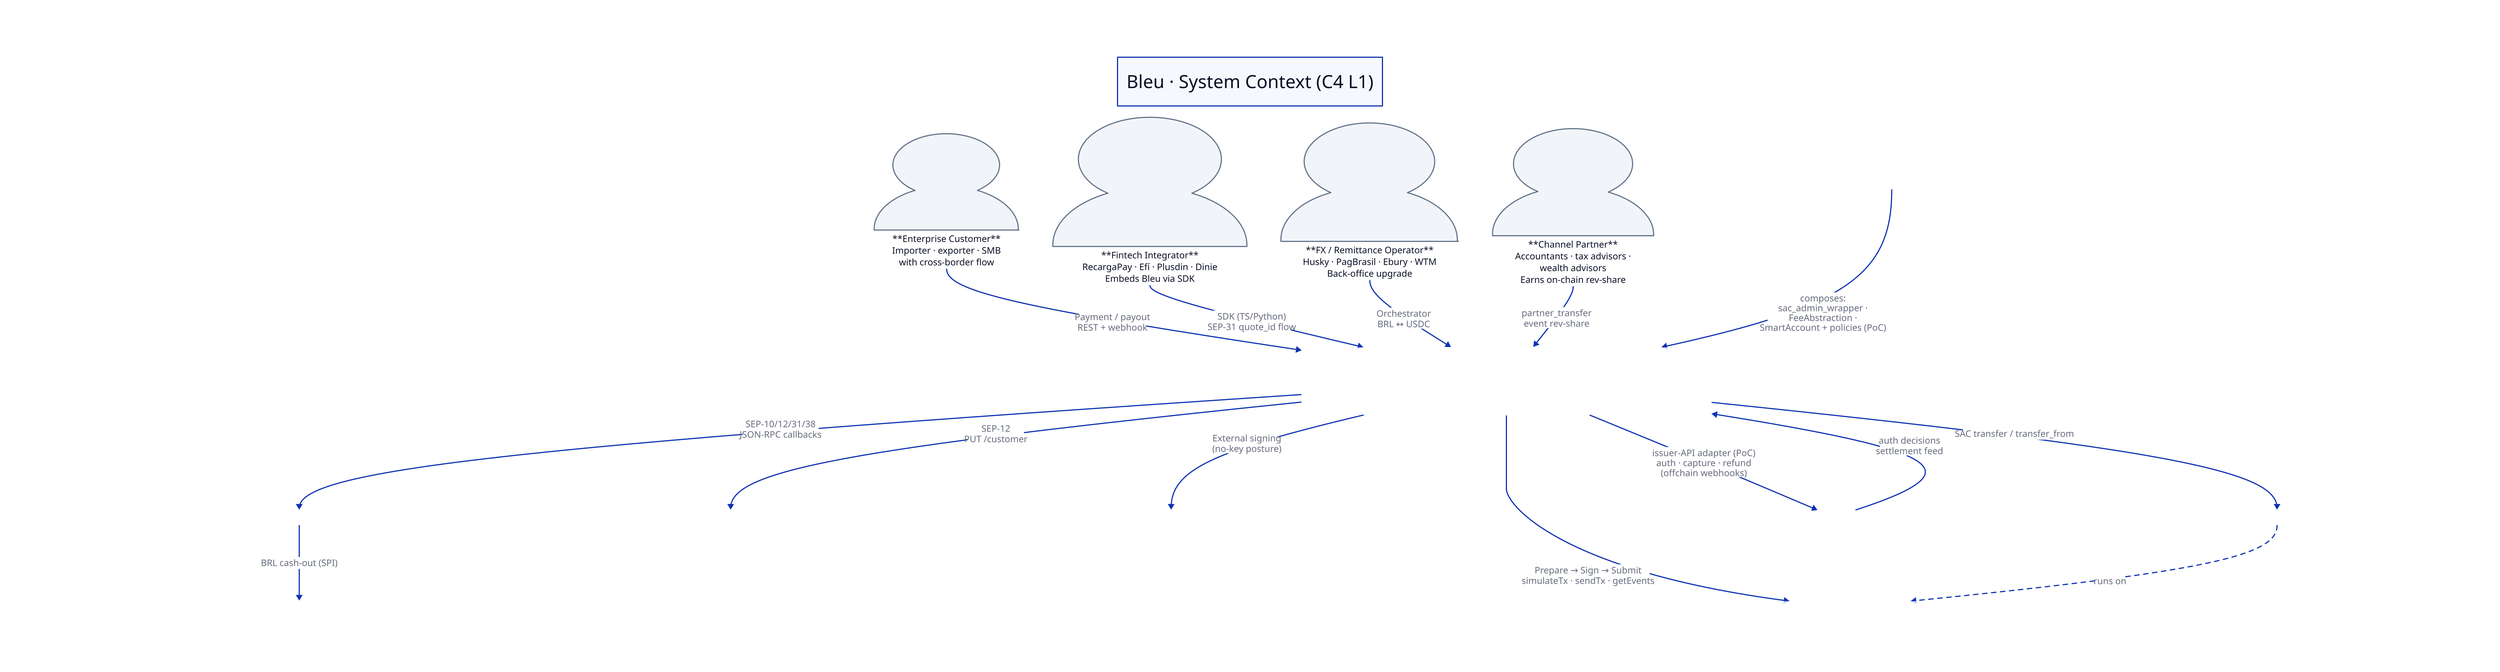
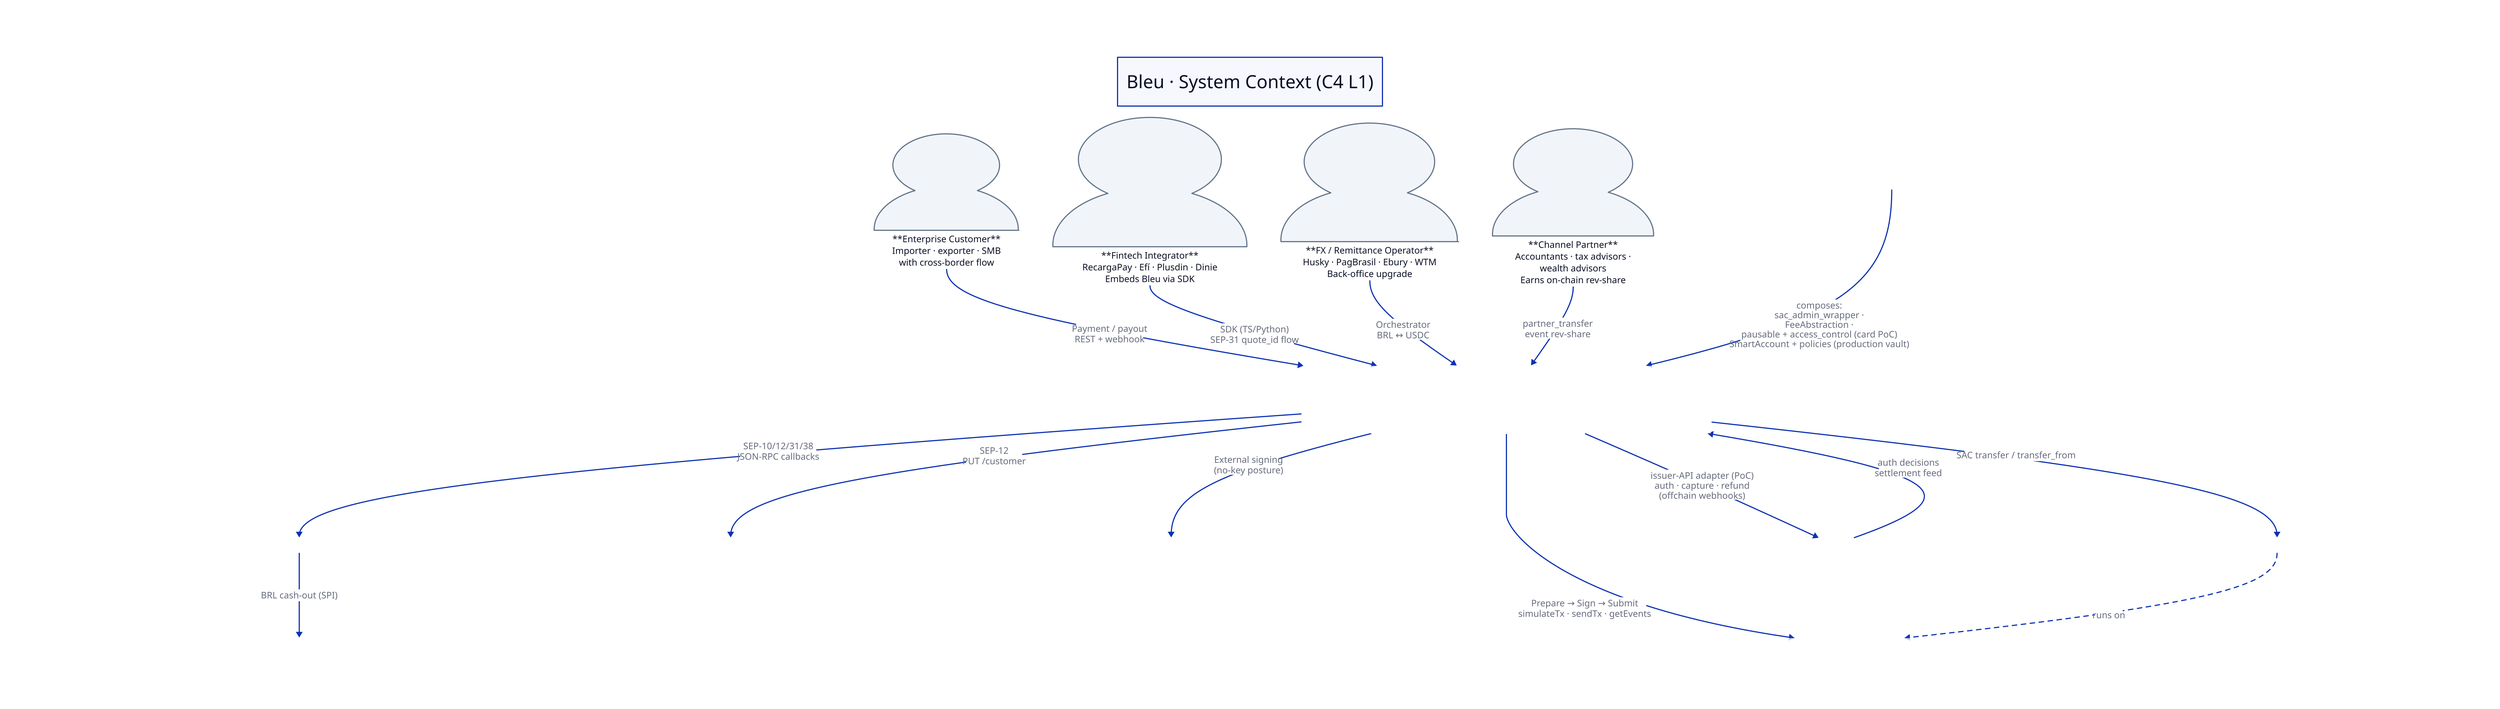
vars: {
  d2-config: {
    layout-engine: elk
  }
}

title: Bleu · System Context (C4 L1) {
  near: top-center
  style.font-size: 32
  style.bold: true
}

classes: {
  actor: {
    shape: person
    style.fill: "#f1f5f9"
    style.stroke: "#64748b"
  }
  bleu: {
    style.fill: "#2563eb"
    style.font-color: white
    style.stroke: "#1e40af"
    style.border-radius: 12
    style.bold: true
    style.shadow: true
  }
  external: {
    style.fill: "#e2e8f0"
    style.stroke: "#64748b"
  }
  chain: {
    style.fill: "#dcfce7"
    style.stroke: "#15803d"
  }
  build-dep: {
    style.fill: "#fef3c7"
    style.stroke: "#ca8a04"
  }
}

# -- Actors --
enterprise: |md
  **Enterprise Customer**
  Importer · exporter · SMB
  with cross-border flow
| {class: actor}

fintech: |md
  **Fintech Integrator**
  RecargaPay · Efí · Plusdin · Dinie
  Embeds Bleu via SDK
| {class: actor}

fxop: |md
  **FX / Remittance Operator**
  Husky · PagBrasil · Ebury · WTM
  Back-office upgrade
| {class: actor}

channel: |md
  **Channel Partner**
  Accountants · tax advisors ·
  wealth advisors
  Earns on-chain rev-share
| {class: actor}

# -- Bleu Platform --
bleu: |md
  ## Bleu Platform
  **BR/PIX Corridor on Stellar**

  BR-configured Anchor Platform +
  2 Soroban primitives
  (+ card-collateral PoC on testnet).
  MIT · open source.
| {class: bleu}

# -- Anchor ecosystem --
anchor: |md
  **BR Stellar Anchor**
  BACEN FX-licensed (10-candidate pool)
  offshore Stellar anchor = fallback
  SEP-10 · SEP-12 · SEP-31 · SEP-38
| {class: external}

pix: |md
  **PIX**
  BCB SPI (via anchor)
| {class: external}

# -- BYO adapters --
kyc: |md
  **BYO KYC / KYB**
  Idwall · Unico · Truora ·
  Onfido · Sumsub
  (SEP-12 pass-through)
| {class: external}

wallet: |md
  **BYO Wallet / Custody**
  Freighter · LOBSTR · Vibrant
  Fireblocks · BitGo · Anchorage
  Dynamic · Privy · Turnkey
  (Bleu holds no keys)
| {class: external}

# -- Chain --
stellar: |md
  **Stellar Network (Mainnet)**
  Soroban RPC + Horizon
  SCP ~5s finality
| {class: chain}

usdc: |md
  **USDC SAC**
  Circle-issued, native
  AUTH_CLAWBACK_ENABLED
  CAP-46-06 deterministic ID
| {class: chain}

# -- Card network (testnet PoC, hybrid architecture) --
card_net: |md
  **Card Network / Issuer / Processor**
  Visa · Mastercard
  BIN sponsor · EMI
  (Monavate-pattern · offchain)
  *(card-collateral PoC only)*
| {class: external}

# -- Build dependency --
oz: |md
  **OpenZeppelin Stellar Contracts**
  stellar-contracts =0.7.1 · MIT
  audited · SDF collaboration
  *(build-time dep)*
| {class: build-dep}

# -- User flows --
enterprise -> bleu: "Payment / payout\nREST + webhook"
fintech -> bleu: "SDK (TS/Python)\nSEP-31 quote_id flow"
fxop -> bleu: "Orchestrator\nBRL ↔ USDC"
channel -> bleu: "partner_transfer\nevent rev-share"

# -- Platform → anchor + off-chain --
bleu -> anchor: "SEP-10/12/31/38\nJSON-RPC callbacks"
bleu -> kyc: "SEP-12\nPUT /customer"
bleu -> wallet: "External signing\n(no-key posture)"
anchor -> pix: "BRL cash-out (SPI)"

# -- Platform → chain --
bleu -> stellar: "Prepare → Sign → Submit\nsimulateTx · sendTx · getEvents"
bleu -> usdc: "SAC transfer / transfer_from"
usdc -> stellar: "runs on" {style.stroke-dash: 4}

# -- Hybrid card architecture (testnet PoC) --
bleu -> card_net: "issuer-API adapter (PoC)\nauth · capture · refund\n(offchain webhooks)"
card_net -> bleu: "auth decisions\nsettlement feed"

# -- Build-time --
- oz -> bleu: "composes:\nsac_admin_wrapper ·\nFeeAbstraction ·\nSmartAccount + policies (PoC)"
+ oz -> bleu: "composes:\nsac_admin_wrapper ·\nFeeAbstraction ·\npausable + access_control (card PoC)\nSmartAccount + policies (production vault)"
